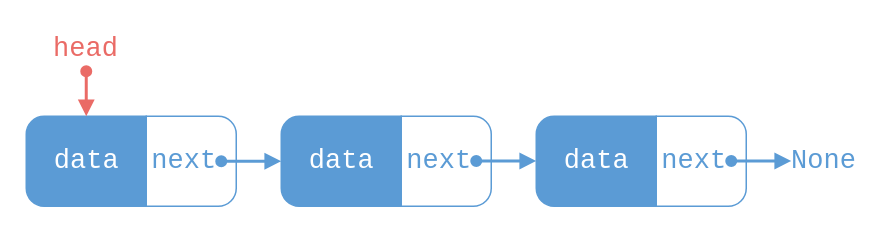
Before: page "Linked list" (2 of 5) of pictures/linked-list.drawio in vtchitruong/vtchitruong.github.io, a draw.io diagram. Source tidied: cells renumbered, new cells numbered last; positions are measured from the earlier drawing's top-left corner, leaving out a move shared by most shapes. Both pictures are drawn from the tidied source at 150%, with x=0, y=0 at pixel (26, 26).
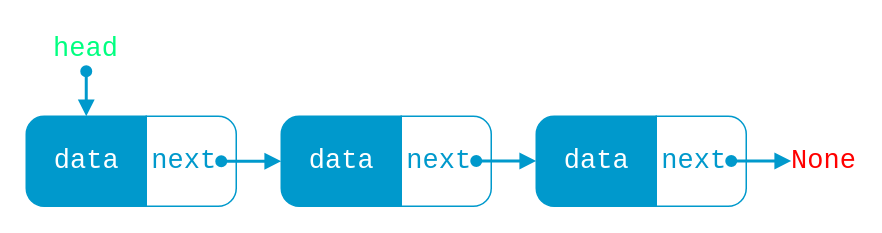
The same diagram, later.

Change to the diagram source:
```diff
@@
 <mxGraphModel>
   <root>
     <mxCell id="0" />
     <mxCell id="1" parent="0" />
-    <mxCell id="2" value="data" style="verticalLabelPosition=middle;verticalAlign=middle;html=1;shape=mxgraph.basic.rect;fillColor2=none;strokeWidth=1;size=12;indent=5;rectStyle=square;topLeftStyle=rounded;bottomLeftStyle=rounded;fillColor=#5B9BD5;horizontal=1;labelPosition=center;align=center;fontSize=18;fontFamily=Consolas;fontColor=#FFFFFF;strokeColor=#5B9BD5;" parent="1" vertex="1">
+    <mxCell id="2" value="data" style="verticalLabelPosition=middle;verticalAlign=middle;html=1;shape=mxgraph.basic.rect;fillColor2=none;strokeWidth=1;size=12;indent=5;rectStyle=square;topLeftStyle=rounded;bottomLeftStyle=rounded;fillColor=#0099CC;horizontal=1;labelPosition=center;align=center;fontSize=18;fontFamily=Consolas;fontColor=#FFFFFF;strokeColor=#0099CC;" parent="1" vertex="1">
       <mxGeometry y="60" width="80" height="60" as="geometry" />
     </mxCell>
-    <mxCell id="3" value="next" style="verticalLabelPosition=middle;verticalAlign=middle;html=1;shape=mxgraph.basic.rect;fillColor2=none;strokeWidth=1;size=12;indent=5;rectStyle=square;topLeftStyle=default;bottomLeftStyle=default;fillColor=none;horizontal=1;labelPosition=center;align=center;fontSize=18;fontFamily=Consolas;fontColor=#5B9BD5;strokeColor=#5B9BD5;topRightStyle=rounded;bottomRightStyle=rounded;textDirection=ltr;spacingLeft=-10;" parent="1" vertex="1">
+    <mxCell id="3" value="next" style="verticalLabelPosition=middle;verticalAlign=middle;html=1;shape=mxgraph.basic.rect;fillColor2=none;strokeWidth=1;size=12;indent=5;rectStyle=square;topLeftStyle=default;bottomLeftStyle=default;fillColor=none;horizontal=1;labelPosition=center;align=center;fontSize=18;fontFamily=Consolas;fontColor=#0099CC;strokeColor=#0099CC;topRightStyle=rounded;bottomRightStyle=rounded;textDirection=ltr;spacingLeft=-10;" parent="1" vertex="1">
       <mxGeometry x="80" y="60" width="60" height="60" as="geometry" />
     </mxCell>
-    <mxCell id="4" value="data" style="verticalLabelPosition=middle;verticalAlign=middle;html=1;shape=mxgraph.basic.rect;fillColor2=none;strokeWidth=1;size=12;indent=5;rectStyle=square;topLeftStyle=rounded;bottomLeftStyle=rounded;fillColor=#5B9BD5;horizontal=1;labelPosition=center;align=center;fontSize=18;fontFamily=Consolas;fontColor=#FFFFFF;strokeColor=#5B9BD5;" parent="1" vertex="1">
+    <mxCell id="4" value="data" style="verticalLabelPosition=middle;verticalAlign=middle;html=1;shape=mxgraph.basic.rect;fillColor2=none;strokeWidth=1;size=12;indent=5;rectStyle=square;topLeftStyle=rounded;bottomLeftStyle=rounded;fillColor=#0099CC;horizontal=1;labelPosition=center;align=center;fontSize=18;fontFamily=Consolas;fontColor=#FFFFFF;strokeColor=#0099CC;" parent="1" vertex="1">
       <mxGeometry x="170" y="60" width="80" height="60" as="geometry" />
     </mxCell>
-    <mxCell id="5" value="next" style="verticalLabelPosition=middle;verticalAlign=middle;html=1;shape=mxgraph.basic.rect;fillColor2=none;strokeWidth=1;size=12;indent=5;rectStyle=square;topLeftStyle=default;bottomLeftStyle=default;fillColor=none;horizontal=1;labelPosition=center;align=center;fontSize=18;fontFamily=Consolas;fontColor=#5B9BD5;strokeColor=#5B9BD5;topRightStyle=rounded;bottomRightStyle=rounded;spacingLeft=-10;" parent="1" vertex="1">
+    <mxCell id="5" value="next" style="verticalLabelPosition=middle;verticalAlign=middle;html=1;shape=mxgraph.basic.rect;fillColor2=none;strokeWidth=1;size=12;indent=5;rectStyle=square;topLeftStyle=default;bottomLeftStyle=default;fillColor=none;horizontal=1;labelPosition=center;align=center;fontSize=18;fontFamily=Consolas;fontColor=#0099CC;strokeColor=#0099CC;topRightStyle=rounded;bottomRightStyle=rounded;spacingLeft=-10;" parent="1" vertex="1">
       <mxGeometry x="250" y="60" width="60" height="60" as="geometry" />
     </mxCell>
-    <mxCell id="6" value="data" style="verticalLabelPosition=middle;verticalAlign=middle;html=1;shape=mxgraph.basic.rect;fillColor2=none;strokeWidth=1;size=12;indent=5;rectStyle=square;topLeftStyle=rounded;bottomLeftStyle=rounded;fillColor=#5B9BD5;horizontal=1;labelPosition=center;align=center;fontSize=18;fontFamily=Consolas;fontColor=#FFFFFF;strokeColor=#5B9BD5;" parent="1" vertex="1">
+    <mxCell id="6" value="data" style="verticalLabelPosition=middle;verticalAlign=middle;html=1;shape=mxgraph.basic.rect;fillColor2=none;strokeWidth=1;size=12;indent=5;rectStyle=square;topLeftStyle=rounded;bottomLeftStyle=rounded;fillColor=#0099CC;horizontal=1;labelPosition=center;align=center;fontSize=18;fontFamily=Consolas;fontColor=#FFFFFF;strokeColor=#0099CC;" parent="1" vertex="1">
       <mxGeometry x="340" y="60" width="80" height="60" as="geometry" />
     </mxCell>
-    <mxCell id="7" value="next" style="verticalLabelPosition=middle;verticalAlign=middle;html=1;shape=mxgraph.basic.rect;fillColor2=none;strokeWidth=1;size=12;indent=5;rectStyle=square;topLeftStyle=default;bottomLeftStyle=default;fillColor=none;horizontal=1;labelPosition=center;align=center;fontSize=18;fontFamily=Consolas;fontColor=#5B9BD5;strokeColor=#5B9BD5;topRightStyle=rounded;bottomRightStyle=rounded;spacingLeft=-10;" parent="1" vertex="1">
+    <mxCell id="7" value="next" style="verticalLabelPosition=middle;verticalAlign=middle;html=1;shape=mxgraph.basic.rect;fillColor2=none;strokeWidth=1;size=12;indent=5;rectStyle=square;topLeftStyle=default;bottomLeftStyle=default;fillColor=none;horizontal=1;labelPosition=center;align=center;fontSize=18;fontFamily=Consolas;fontColor=#0099CC;strokeColor=#0099CC;topRightStyle=rounded;bottomRightStyle=rounded;spacingLeft=-10;" parent="1" vertex="1">
       <mxGeometry x="420" y="60" width="60" height="60" as="geometry" />
     </mxCell>
-    <mxCell id="8" style="endArrow=block;html=1;rounded=0;fontFamily=Consolas;fontSize=18;fontColor=#FFFFFF;strokeColor=#5B9BD5;endFill=1;strokeWidth=2;startArrow=oval;startFill=1;shadow=0;labelBackgroundColor=#5B9BD5;" parent="1" edge="1">
+    <mxCell id="8" style="endArrow=block;html=1;rounded=0;fontFamily=Consolas;fontSize=18;fontColor=#FFFFFF;strokeColor=#0099CC;endFill=1;strokeWidth=2;startArrow=oval;startFill=1;shadow=0;labelBackgroundColor=#5B9BD5;" parent="1" edge="1">
       <mxGeometry relative="1" as="geometry">
         <mxPoint x="130" y="90" as="sourcePoint" />
         <mxPoint x="170" y="90" as="targetPoint" />
       </mxGeometry>
     </mxCell>
-    <mxCell id="9" style="endArrow=block;html=1;rounded=0;fontFamily=Consolas;fontSize=18;fontColor=#FFFFFF;strokeColor=#5B9BD5;endFill=1;strokeWidth=2;startArrow=oval;startFill=1;shadow=0;labelBackgroundColor=#5B9BD5;" parent="1" edge="1">
+    <mxCell id="9" style="endArrow=block;html=1;rounded=0;fontFamily=Consolas;fontSize=18;fontColor=#FFFFFF;strokeColor=#0099CC;endFill=1;strokeWidth=2;startArrow=oval;startFill=1;shadow=0;labelBackgroundColor=#5B9BD5;" parent="1" edge="1">
       <mxGeometry relative="1" as="geometry">
         <mxPoint x="300" y="89.8" as="sourcePoint" />
         <mxPoint x="340" y="89.8" as="targetPoint" />
       </mxGeometry>
     </mxCell>
-    <mxCell id="10" style="endArrow=block;html=1;rounded=0;fontFamily=Consolas;fontSize=18;fontColor=#FFFFFF;strokeColor=#5B9BD5;endFill=1;strokeWidth=2;startArrow=oval;startFill=1;shadow=0;labelBackgroundColor=#5B9BD5;" parent="1" edge="1">
+    <mxCell id="10" style="endArrow=block;html=1;rounded=0;fontFamily=Consolas;fontSize=18;fontColor=#FFFFFF;strokeColor=#0099CC;endFill=1;strokeWidth=2;startArrow=oval;startFill=1;shadow=0;labelBackgroundColor=#5B9BD5;" parent="1" edge="1">
       <mxGeometry relative="1" as="geometry">
         <mxPoint x="470" y="89.8" as="sourcePoint" />
         <mxPoint x="510" y="89.8" as="targetPoint" />
       </mxGeometry>
     </mxCell>
-    <mxCell id="11" value="head" style="rounded=1;whiteSpace=wrap;html=1;strokeColor=none;fillColor=none;fontFamily=Consolas;fontColor=#EA6B66;fontSize=18;" parent="1" vertex="1">
+    <mxCell id="11" value="head" style="rounded=1;whiteSpace=wrap;html=1;strokeColor=none;fillColor=none;fontFamily=Consolas;fontColor=#00FF80;fontSize=18;" parent="1" vertex="1">
       <mxGeometry x="10" width="60" height="30" as="geometry" />
     </mxCell>
-    <mxCell id="12" style="endArrow=block;html=1;rounded=0;fontFamily=Consolas;fontSize=18;fontColor=#FFFFFF;strokeColor=#EA6B66;exitX=0.5;exitY=1;exitDx=0;exitDy=0;endFill=1;strokeWidth=2;startArrow=oval;startFill=1;entryX=0.5;entryY=0;entryDx=0;entryDy=0;entryPerimeter=0;" parent="1" edge="1" source="11">
+    <mxCell id="12" style="endArrow=block;html=1;rounded=0;fontFamily=Consolas;fontSize=18;fontColor=#FFFFFF;strokeColor=#0099CC;exitX=0.5;exitY=1;exitDx=0;exitDy=0;endFill=1;strokeWidth=2;startArrow=oval;startFill=1;entryX=0.5;entryY=0;entryDx=0;entryDy=0;entryPerimeter=0;" parent="1" edge="1" source="11">
       <mxGeometry relative="1" as="geometry">
         <mxPoint x="40" y="60" as="targetPoint" />
       </mxGeometry>
     </mxCell>
-    <mxCell id="13" value="None" style="strokeWidth=1;html=1;shadow=0;dashed=0;shape=mxgraph.ios.iTextInput;strokeColor=none;buttonText=;fontSize=18;whiteSpace=wrap;align=center;comic=0;fontFamily=Consolas;fillColor=none;fontColor=#5B9BD5;" parent="1" vertex="1">
+    <mxCell id="13" value="None" style="strokeWidth=1;html=1;shadow=0;dashed=0;shape=mxgraph.ios.iTextInput;strokeColor=none;buttonText=;fontSize=18;whiteSpace=wrap;align=center;comic=0;fontFamily=Consolas;fillColor=none;fontColor=#FF0000;" parent="1" vertex="1">
       <mxGeometry x="510" y="82.5" width="43.5" height="15" as="geometry" />
     </mxCell>
   </root>
 </mxGraphModel>
```
